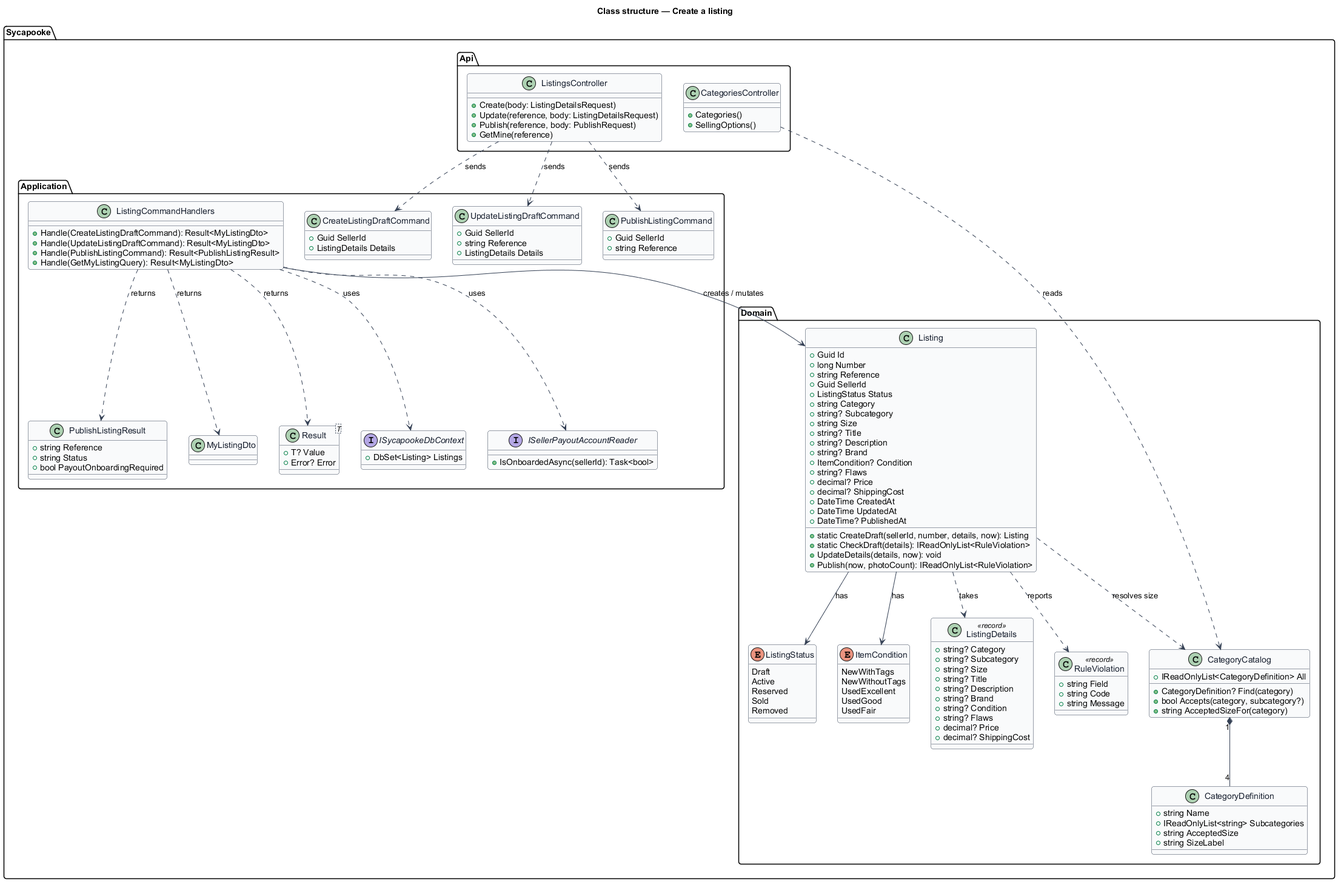
This is docs/detailed-designs/listings/create-listing/diagrams/class-structure.png from QuinntyneBrown/sycapooke, a PlantUML export, as it was before one commit.
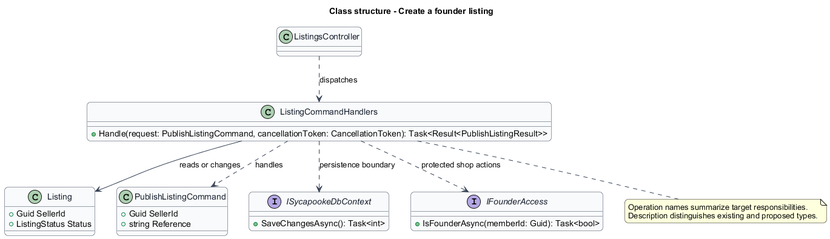
Above is the later version.

Diff of the diagram source:
```diff
@@ -1,151 +1,41 @@
 @startuml
 skinparam backgroundColor #FFFFFF
 skinparam shadowing false
-skinparam roundcorner 8
+skinparam roundcorner 12
 skinparam defaultFontName Arial
 skinparam ArrowColor #344054
+title Class structure - Create a founder listing
 skinparam class {
-  BorderColor #344054
-  FontColor #101828
-  BackgroundColor #F9FAFB
+ BorderColor #344054
+ FontColor #101828
+ BackgroundColor #F9FAFB
 }
-title Class structure — Create a listing
-
-package "Sycapooke.Domain" {
-  enum ListingStatus {
-    Draft
-    Active
-    Reserved
-    Sold
-    Removed
-  }
-  enum ItemCondition {
-    NewWithTags
-    NewWithoutTags
-    UsedExcellent
-    UsedGood
-    UsedFair
-  }
-  class CategoryCatalog {
-    +IReadOnlyList<CategoryDefinition> All
-    +CategoryDefinition? Find(category)
-    +bool Accepts(category, subcategory?)
-    +string AcceptedSizeFor(category)
-  }
-  class CategoryDefinition {
-    +string Name
-    +IReadOnlyList<string> Subcategories
-    +string AcceptedSize
-    +string SizeLabel
-  }
-  class ListingDetails <<record>> {
-    +string? Category
-    +string? Subcategory
-    +string? Size
-    +string? Title
-    +string? Description
-    +string? Brand
-    +string? Condition
-    +string? Flaws
-    +decimal? Price
-    +decimal? ShippingCost
-  }
-  class RuleViolation <<record>> {
-    +string Field
-    +string Code
-    +string Message
-  }
-  class Listing {
-    +Guid Id
-    +long Number
-    +string Reference
-    +Guid SellerId
-    +ListingStatus Status
-    +string Category
-    +string? Subcategory
-    +string Size
-    +string? Title
-    +string? Description
-    +string? Brand
-    +ItemCondition? Condition
-    +string? Flaws
-    +decimal? Price
-    +decimal? ShippingCost
-    +DateTime CreatedAt
-    +DateTime UpdatedAt
-    +DateTime? PublishedAt
-    +static CreateDraft(sellerId, number, details, now): Listing
-    +static CheckDraft(details): IReadOnlyList<RuleViolation>
-    +UpdateDetails(details, now): void
-    +Publish(now, photoCount): IReadOnlyList<RuleViolation>
-  }
+class "ListingsController" as Entry {
 }
-
-package "Sycapooke.Application" {
-  class CreateListingDraftCommand {
-    +Guid SellerId
-    +ListingDetails Details
-  }
-  class UpdateListingDraftCommand {
-    +Guid SellerId
-    +string Reference
-    +ListingDetails Details
-  }
-  class PublishListingCommand {
-    +Guid SellerId
-    +string Reference
-  }
-  class PublishListingResult {
-    +string Reference
-    +string Status
-    +bool PayoutOnboardingRequired
-  }
-  class MyListingDto
-  class ListingCommandHandlers {
-    +Handle(CreateListingDraftCommand): Result<MyListingDto>
-    +Handle(UpdateListingDraftCommand): Result<MyListingDto>
-    +Handle(PublishListingCommand): Result<PublishListingResult>
-    +Handle(GetMyListingQuery): Result<MyListingDto>
-  }
-  class "Result<T>" as Result {
-    +T? Value
-    +Error? Error
-  }
-  interface ISycapookeDbContext {
-    +DbSet<Listing> Listings
-  }
-  interface ISellerPayoutAccountReader {
-    +IsOnboardedAsync(sellerId): Task<bool>
-  }
+class "ListingCommandHandlers" as Handler {
+ +Handle(request: PublishListingCommand, cancellationToken: CancellationToken): Task<Result<PublishListingResult>>
 }
-
-package "Sycapooke.Api" {
-  class ListingsController {
-    +Create(body: ListingDetailsRequest)
-    +Update(reference, body: ListingDetailsRequest)
-    +Publish(reference, body: PublishRequest)
-    +GetMine(reference)
-  }
-  class CategoriesController {
-    +Categories()
-    +SellingOptions()
-  }
+class "Listing" as Model {
+ +Guid SellerId
+ +ListingStatus Status
 }
-
-ListingsController ..> CreateListingDraftCommand : sends
-ListingsController ..> UpdateListingDraftCommand : sends
-ListingsController ..> PublishListingCommand : sends
-CategoriesController ..> CategoryCatalog : reads
-ListingCommandHandlers ..> Result : returns
-ListingCommandHandlers ..> PublishListingResult : returns
-ListingCommandHandlers ..> MyListingDto : returns
-ListingCommandHandlers --> Listing : creates / mutates
-ListingCommandHandlers ..> ISycapookeDbContext : uses
-ListingCommandHandlers ..> ISellerPayoutAccountReader : uses
-Listing ..> ListingDetails : takes
-Listing ..> RuleViolation : reports
-Listing ..> CategoryCatalog : resolves size
-Listing --> ListingStatus : has
-Listing --> ItemCondition : has
-CategoryCatalog "1" *-- "4" CategoryDefinition
+class "PublishListingCommand" as Request {
+ +Guid SellerId
+ +string Reference
+}
+Handler ..> Request : handles
+Entry ..> Handler : dispatches
+Handler --> Model : reads or changes
+interface ISycapookeDbContext {
+ +SaveChangesAsync(): Task<int>
+}
+Handler ..> ISycapookeDbContext : persistence boundary
+interface IFounderAccess {
+ +IsFounderAsync(memberId: Guid): Task<bool>
+}
+Handler ..> IFounderAccess : protected shop actions
+note bottom of Handler
+Operation names summarize target responsibilities.
+Description distinguishes existing and proposed types.
+end note
 @enduml
```
